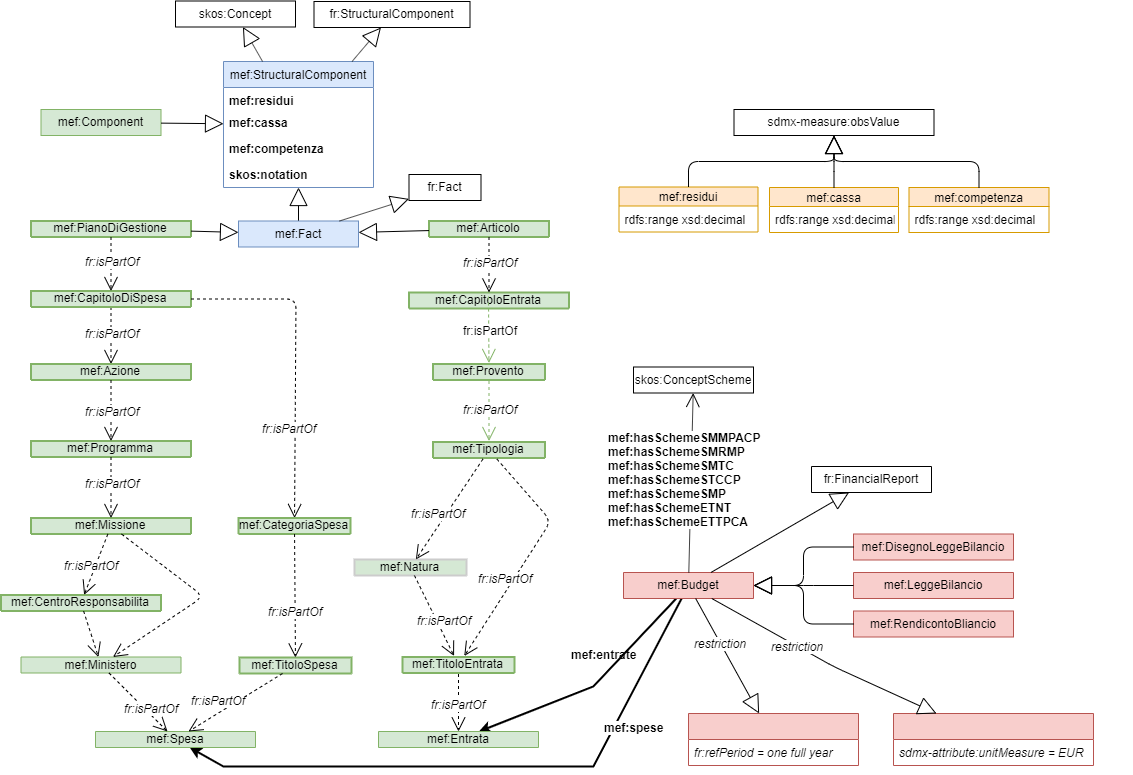
Above: mef/uml-diagram.png in g0v-it/ontologies (draw.io), before the change. Source tidied: cells renumbered, new cells last; positions are measured from the earlier drawing's top-left corner, leaving out a move shared by most shapes.
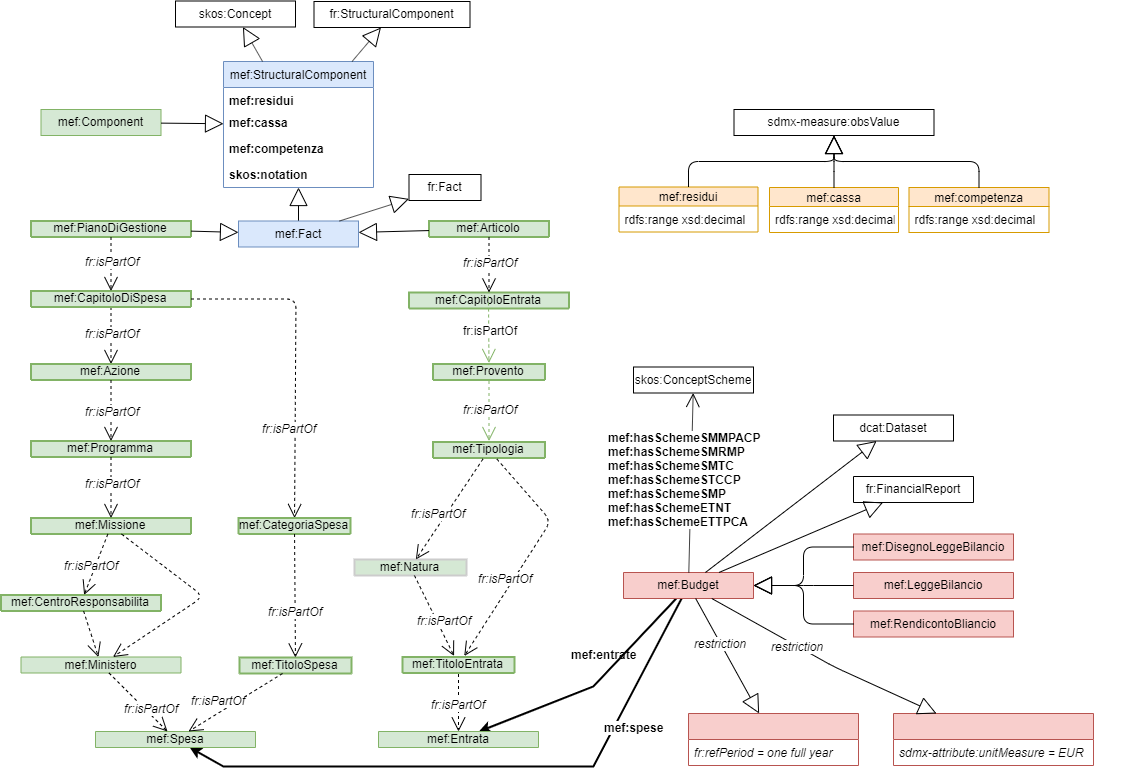
Later version of the same file.

Commit message:
added dcat references

The edit, as a diff of the source:
```diff
@@ -254,7 +254,7 @@
       <mxGeometry x="632" y="366.5" width="120" height="26" as="geometry" />
     </mxCell>
     <mxCell id="71" value="fr:FinancialReport" style="swimlane;fontStyle=0;horizontal=1;startSize=26;swimlaneFillColor=#ffffff;strokeWidth=1;" parent="1" vertex="1" collapsed="1">
-      <mxGeometry x="810" y="466" width="120" height="26" as="geometry" />
+      <mxGeometry x="852" y="476" width="120" height="26" as="geometry" />
     </mxCell>
     <mxCell id="72" style="endArrow=block;endSize=16;endFill=0;html=1;" parent="1" edge="1" source="5" target="71">
       <mxGeometry relative="1" as="geometry" />
@@ -383,5 +383,11 @@
     <mxCell id="105" style="endArrow=block;endSize=16;endFill=0;html=1;edgeStyle=elbowEdgeStyle;elbow=vertical;" parent="1" edge="1" source="65" target="78">
       <mxGeometry relative="1" as="geometry" />
     </mxCell>
+    <mxCell id="106" value="dcat:Dataset" style="swimlane;fontStyle=0;horizontal=1;startSize=26;swimlaneFillColor=#ffffff;strokeWidth=1;" parent="1" vertex="1" collapsed="1">
+      <mxGeometry x="832" y="414.5" width="120" height="26" as="geometry" />
+    </mxCell>
+    <mxCell id="107" style="endArrow=block;endSize=16;endFill=0;html=1;" parent="1" edge="1" source="5" target="106">
+      <mxGeometry relative="1" as="geometry" />
+    </mxCell>
   </root>
 </mxGraphModel>
```
